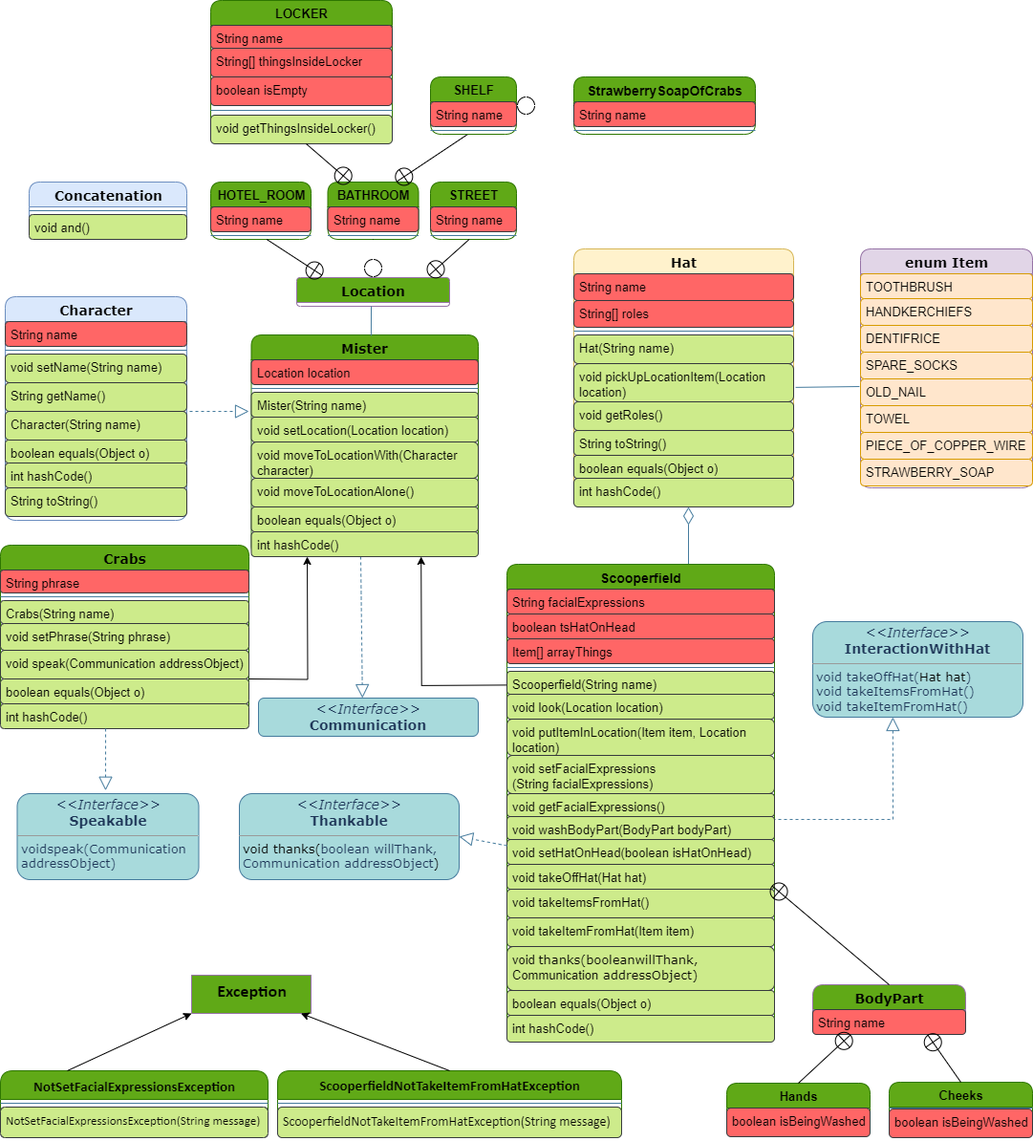
WillSpector/LAB_WORK_3 keeps this draw.io diagram as src/main/resources/UML.png. Above is the earlier version. Source tidied: cells renumbered, new cells last; positions are measured from the earlier drawing's top-left corner, leaving out a move shared by most shapes.
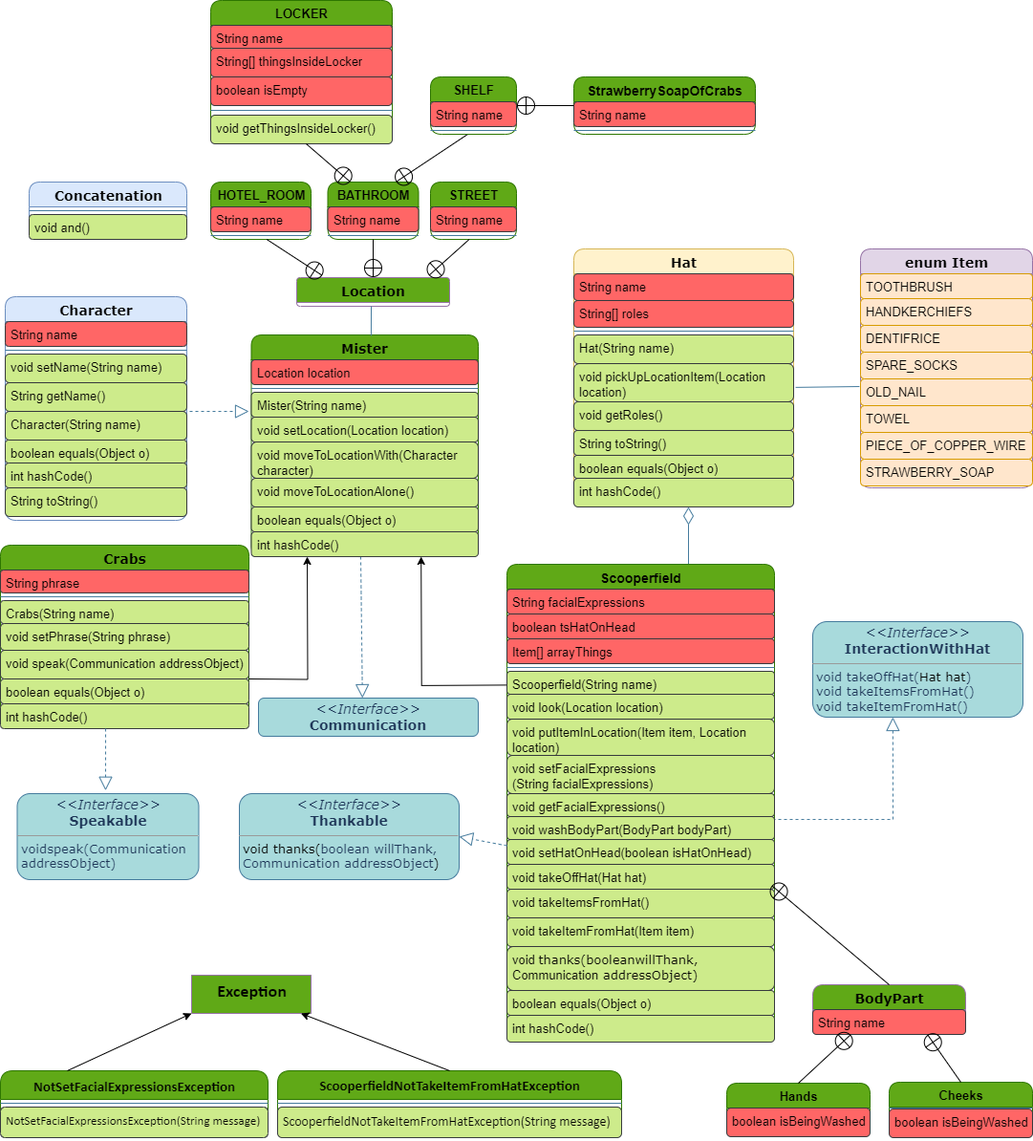
The same diagram one commit later.

Change to the diagram source:
```diff
@@ -318,10 +318,8 @@
     <mxCell id="98" style="endArrow=circlePlus;startArrow=none;endFill=0;startFill=0;endSize=8;html=1;labelBackgroundColor=none;rounded=0;entryX=0.863;entryY=-0.067;entryDx=0;entryDy=0;entryPerimeter=0;" parent="1" edge="1" source="90" target="12">
       <mxGeometry relative="1" as="geometry" />
     </mxCell>
-    <mxCell id="99" style="endArrow=circlePlus;startArrow=none;endFill=0;startFill=0;endSize=8;html=1;labelBackgroundColor=none;rounded=0;" parent="1" edge="1" source="102">
-      <mxGeometry relative="1" as="geometry">
-        <mxPoint x="414" y="190" as="targetPoint" />
-      </mxGeometry>
+    <mxCell id="99" style="endArrow=circlePlus;startArrow=none;endFill=0;startFill=0;endSize=8;html=1;labelBackgroundColor=none;rounded=0;entryX=0.75;entryY=0;entryDx=0;entryDy=0;" parent="1" edge="1" source="102" target="85">
+      <mxGeometry relative="1" as="geometry" />
     </mxCell>
     <mxCell id="100" value="&lt;div&gt;&lt;font face=&quot;Helvetica&quot; color=&quot;#000000&quot;&gt;&lt;span style=&quot;font-size: 13px; text-wrap: wrap;&quot;&gt;SHELF&lt;/span&gt;&lt;/font&gt;&lt;/div&gt;&lt;div&gt;&lt;font face=&quot;Helvetica&quot; color=&quot;#000000&quot;&gt;&lt;span style=&quot;font-size: 13px; text-wrap: wrap;&quot;&gt;&lt;br&gt;&lt;/span&gt;&lt;/font&gt;&lt;/div&gt;" style="swimlane;html=1;fontStyle=1;align=center;verticalAlign=top;horizontal=1;startSize=26;swimlaneFillColor=#ffffff;rounded=1;shadow=0;comic=0;labelBackgroundColor=none;strokeWidth=1;fillColor=#60A917;fontFamily=Verdana;fontSize=12;strokeColor=#2D7600;fontColor=#ffffff;" parent="1" vertex="1">
       <mxGeometry x="450" y="80" width="90" height="60" as="geometry" />
```
